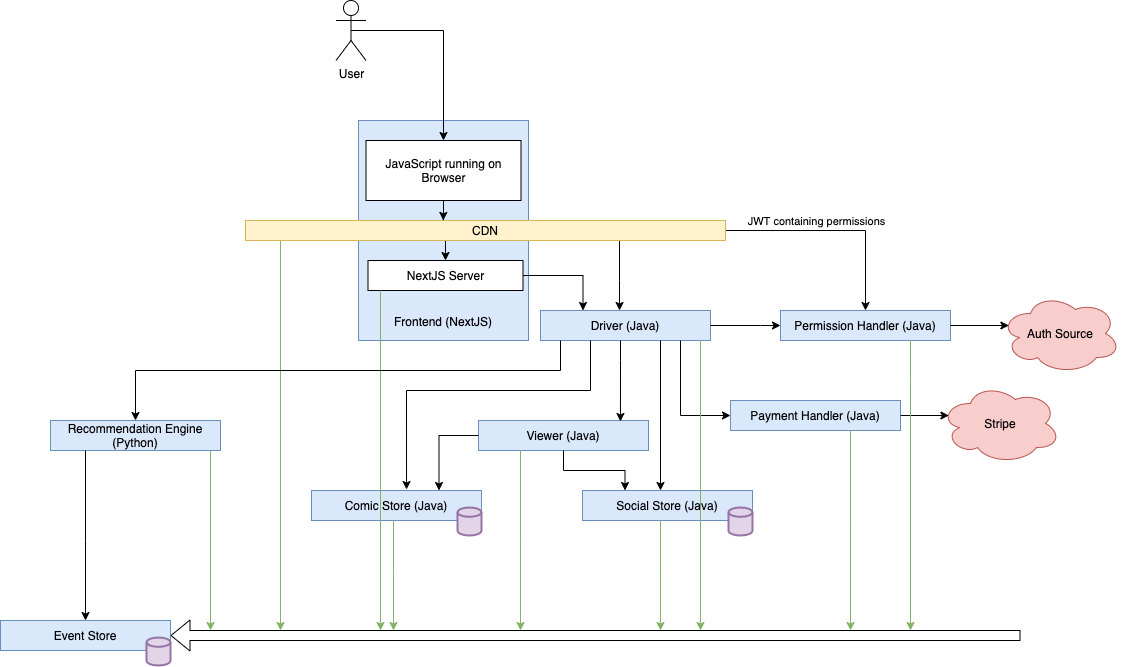
Above: architecture/architecture.drawio.png in iman42/IF-Store (draw.io), before the change. Source tidied: cells renumbered, new cells last; positions are measured from the earlier drawing's top-left corner, leaving out a move shared by most shapes.
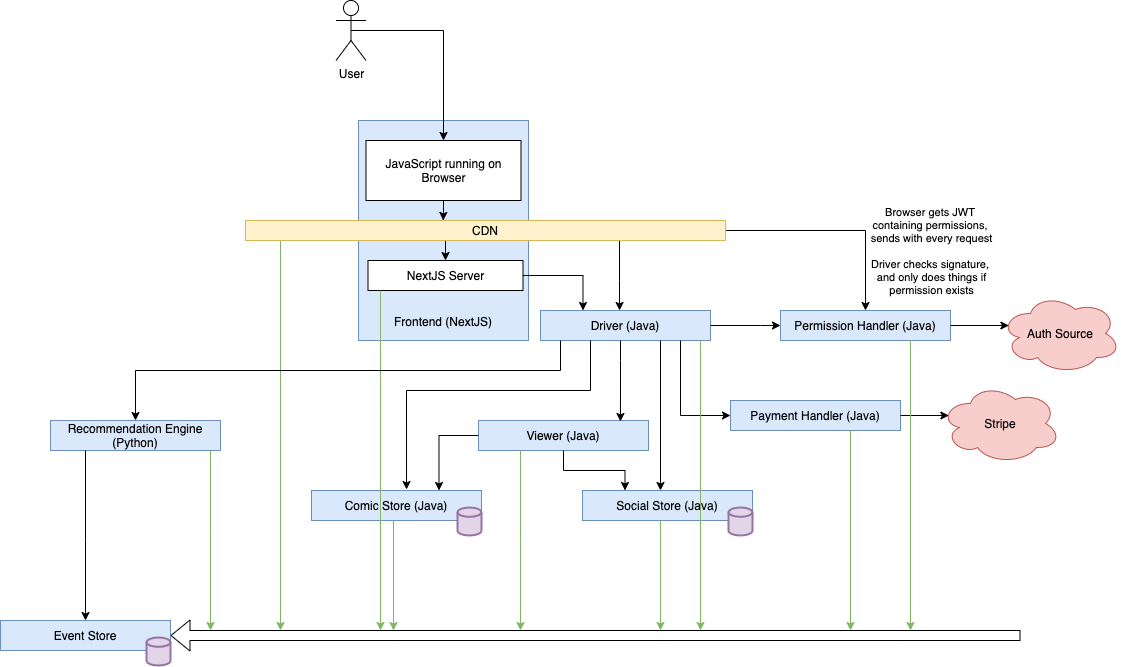
The same diagram one commit later.

Commit message:
better description of permissions

What changed in the source:
```diff
@@ -42,9 +42,9 @@
         </Array>
       </mxGeometry>
     </mxCell>
-    <mxCell id="11" value="JWT containing permissions" style="edgeLabel;html=1;align=center;verticalAlign=middle;" parent="10" vertex="1">
+    <mxCell id="11" value="Browser gets JWT &lt;br&gt;containing permissions,&amp;nbsp;&lt;br&gt;sends with every request&lt;br&gt;&lt;br&gt;Driver checks signature,&amp;nbsp;&lt;br&gt;and only does things if&lt;br&gt;permission exists" style="edgeLabel;html=1;align=center;verticalAlign=middle;" parent="10" vertex="1">
       <mxGeometry x="-0.16" relative="1" as="geometry">
-        <mxPoint x="-2" y="-10" as="offset" />
+        <mxPoint x="113" y="20" as="offset" />
       </mxGeometry>
     </mxCell>
     <mxCell id="12" style="edgeStyle=elbowEdgeStyle;rounded=0;jettySize=auto;html=1;strokeColor=#82b366;fillColor=#d5e8d4;" parent="1" edge="1" source="14">
```
